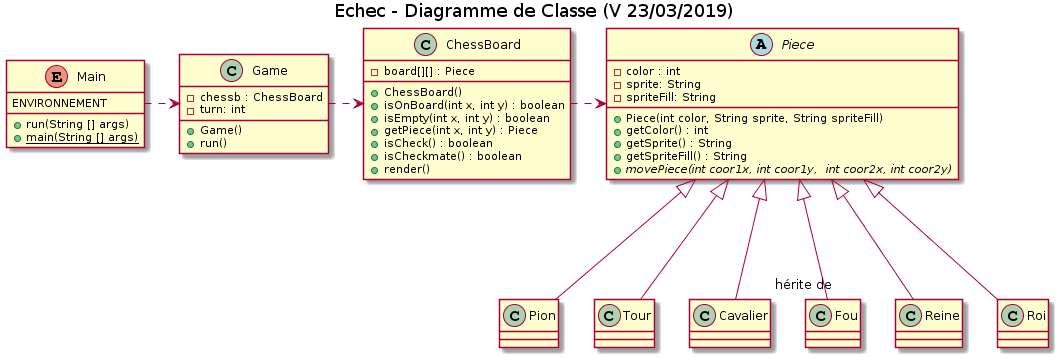
This is Classes.png from ChuOkupai/IN404-Chess, a PlantUML export, as it was before one commit.
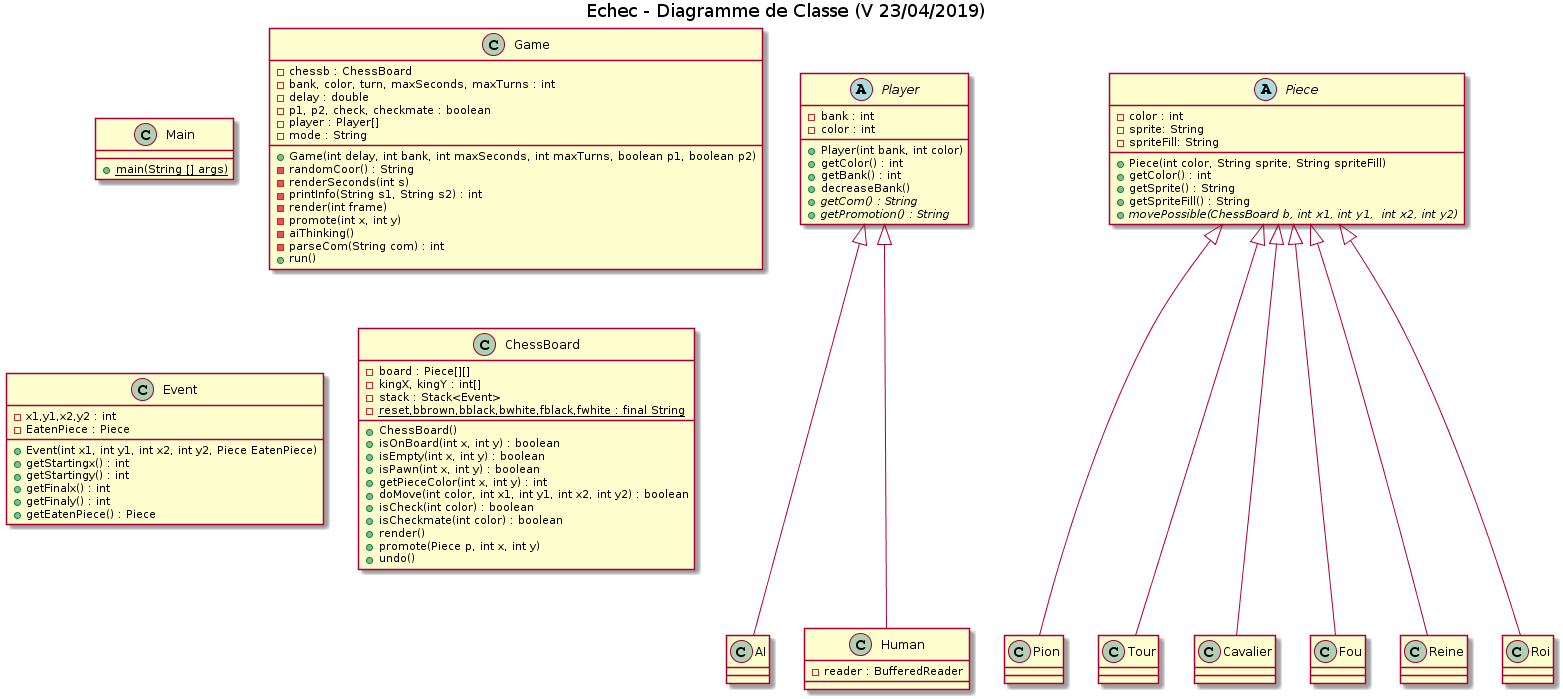
After the commit.

What changed in the source:
```diff
@@ -1,10 +1,8 @@
 @startuml
-title Echec - Diagramme de Classe (V 23/03/2019)
+title Echec - Diagramme de Classe (V 23/04/2019)
 
-enum Main
+class Main
 {
-    ENVIRONNEMENT
-    +run(String [] args)
     +{static}main(String [] args)
 
 }
@@ -12,25 +10,73 @@
 class Game {
 
     -chessb : ChessBoard
-    -turn: int
+    -bank, color, turn, maxSeconds, maxTurns : int
+    -delay : double
+    -p1, p2, check, checkmate : boolean
+    -player : Player[]
+    -mode : String
 
-    +Game()
+    +Game(int delay, int bank, int maxSeconds, int maxTurns, boolean p1, boolean p2)
+    -randomCoor() : String
+    -renderSeconds(int s)
+    -printInfo(String s1, String s2) : int
+    -render(int frame)
+    -promote(int x, int y)
+    -aiThinking()
+    -parseCom(String com) : int
     +run()
 
 
 }
 
+abstract class Player {
+    -bank : int
+    -color : int
+    +Player(int bank, int color)
+    +getColor() : int
+    +getBank() : int
+    +decreaseBank()
+    +{abstract}getCom() : String
+    +{abstract}getPromotion() : String
+}
+
+class AI {
+
+}
+
+class Human {
+    -reader : BufferedReader
+}
+
+class Event {
+    -x1,y1,x2,y2 : int
+	-EatenPiece : Piece
+	+Event(int x1, int y1, int x2, int y2, Piece EatenPiece)
+	+getStartingx() : int
+	+getStartingy() : int
+	+getFinalx() : int
+	+getFinaly() : int
+	+getEatenPiece() : Piece
+}
+
 class ChessBoard {
 
-    -board[][] : Piece
+    -board : Piece[][]
+    -kingX, kingY : int[]
+	-stack : Stack<Event>
+	-{static}reset,bbrown,bblack,bwhite,fblack,fwhite : final String
 
     +ChessBoard()
     +isOnBoard(int x, int y) : boolean
     +isEmpty(int x, int y) : boolean
-    +getPiece(int x, int y) : Piece
-    +isCheck() : boolean
-    +isCheckmate() : boolean
+    +isPawn(int x, int y) : boolean
+    +getPieceColor(int x, int y) : int
+    +doMove(int color, int x1, int y1, int x2, int y2) : boolean
+    +isCheck(int color) : boolean
+    +isCheckmate(int color) : boolean
     +render()
+    +promote(Piece p, int x, int y)
+    +undo()
 }
 
 abstract class Piece {
@@ -43,7 +89,7 @@
     +getColor() : int
     +getSprite() : String
     +getSpriteFill() : String
-    +{abstract}movePiece(int coor1x, int coor1y,  int coor2x, int coor2y)
+    +{abstract}movePossible(ChessBoard b, int x1, int y1,  int x2, int y2)
 
 }
 
@@ -71,19 +117,19 @@
 
 }
 
-Main .down> Game
-Game .down> ChessBoard
-ChessBoard .right> Piece
-
 Piece <|--- Pion
 
 Piece <|--- Tour
 
 Piece <|--- Cavalier
 
-Piece <|--- "hérite de" Fou
+Piece <|--- Fou
 
 Piece <|--- Reine
 
 Piece <|--- Roi
+
+Player <|--- AI
+
+Player <|--- Human
 @enduml
```
